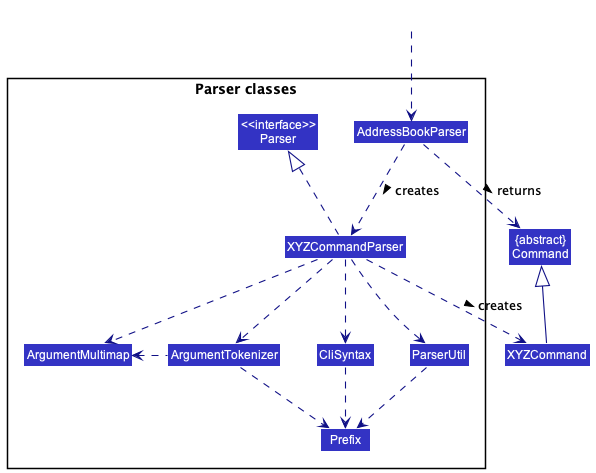
This is docs/images/ParserClasses.png from nus-cs2103-AY2223S1/tp, a PlantUML export, as it was before one commit.
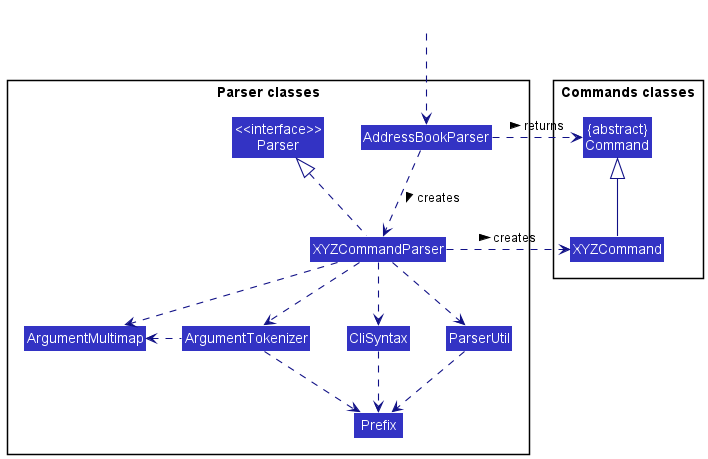
After the commit.

Change to the diagram source:
```diff
@@ -4,8 +4,10 @@
 skinparam arrowColor LOGIC_COLOR_T4
 skinparam classBackgroundColor LOGIC_COLOR
 
+package "Commands classes"{
 Class "{abstract}\nCommand" as Command
 Class XYZCommand
+}
 
 package "Parser classes"{
 Class "<<interface>>\nParser" as Parser
@@ -22,9 +24,8 @@
 HiddenOutside ..> AddressBookParser
 
 AddressBookParser .down.> XYZCommandParser: creates >
-
-XYZCommandParser ..> XYZCommand : creates >
-AddressBookParser ..> Command : returns >
+XYZCommandParser .right.> XYZCommand : creates >
+AddressBookParser .right.> Command : returns >
 XYZCommandParser .up.|> Parser
 XYZCommandParser ..> ArgumentMultimap
 XYZCommandParser ..> ArgumentTokenizer
```
